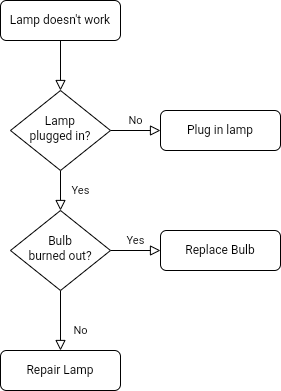
Before: user-flow.drawio.png, a diagram exported from draw.io (nanxfu/Practice). Source tidied: cells renumbered, new cells last; positions are measured from the earlier drawing's top-left corner, leaving out a move shared by most shapes. Its diagram source:
```xml
<mxGraphModel>
  <root>
    <mxCell id="0" />
    <mxCell id="1" parent="0" />
    <mxCell id="2" style="rounded=0;html=1;jettySize=auto;fontSize=11;endArrow=block;endFill=0;endSize=8;strokeWidth=1;shadow=0;labelBackgroundColor=none;edgeStyle=orthogonalEdgeStyle;" parent="1" edge="1" source="3" target="6">
      <mxGeometry relative="1" as="geometry" />
    </mxCell>
    <mxCell id="3" value="Lamp doesn't work" style="rounded=1;whiteSpace=wrap;html=1;fontSize=12;glass=0;strokeWidth=1;shadow=0;" parent="1" vertex="1">
      <mxGeometry width="120" height="40" as="geometry" />
    </mxCell>
    <mxCell id="4" value="Yes" style="rounded=0;html=1;jettySize=auto;fontSize=11;endArrow=block;endFill=0;endSize=8;strokeWidth=1;shadow=0;labelBackgroundColor=none;edgeStyle=orthogonalEdgeStyle;" parent="1" edge="1" source="6" target="10">
      <mxGeometry y="20" relative="1" as="geometry" />
    </mxCell>
    <mxCell id="5" value="No" style="edgeStyle=orthogonalEdgeStyle;rounded=0;html=1;jettySize=auto;fontSize=11;endArrow=block;endFill=0;endSize=8;strokeWidth=1;shadow=0;labelBackgroundColor=none;" parent="1" edge="1" source="6" target="7">
      <mxGeometry y="10" relative="1" as="geometry" />
    </mxCell>
    <mxCell id="6" value="Lamp&lt;br&gt;plugged in?" style="rhombus;whiteSpace=wrap;html=1;shadow=0;fontFamily=Helvetica;fontSize=12;align=center;strokeWidth=1;spacing=6;spacingTop=-4;" parent="1" vertex="1">
      <mxGeometry x="10" y="90" width="100" height="80" as="geometry" />
    </mxCell>
    <mxCell id="7" value="Plug in lamp" style="rounded=1;whiteSpace=wrap;html=1;fontSize=12;glass=0;strokeWidth=1;shadow=0;" parent="1" vertex="1">
      <mxGeometry x="160" y="110" width="120" height="40" as="geometry" />
    </mxCell>
    <mxCell id="8" value="No" style="rounded=0;html=1;jettySize=auto;fontSize=11;endArrow=block;endFill=0;endSize=8;strokeWidth=1;shadow=0;labelBackgroundColor=none;edgeStyle=orthogonalEdgeStyle;" parent="1" edge="1" source="10" target="11">
      <mxGeometry x="0.33" y="20" relative="1" as="geometry" />
    </mxCell>
    <mxCell id="9" value="Yes" style="edgeStyle=orthogonalEdgeStyle;rounded=0;html=1;jettySize=auto;fontSize=11;endArrow=block;endFill=0;endSize=8;strokeWidth=1;shadow=0;labelBackgroundColor=none;" parent="1" edge="1" source="10" target="12">
      <mxGeometry y="10" relative="1" as="geometry" />
    </mxCell>
    <mxCell id="10" value="Bulb&lt;br&gt;burned out?" style="rhombus;whiteSpace=wrap;html=1;shadow=0;fontFamily=Helvetica;fontSize=12;align=center;strokeWidth=1;spacing=6;spacingTop=-4;" parent="1" vertex="1">
      <mxGeometry x="10" y="210" width="100" height="80" as="geometry" />
    </mxCell>
    <mxCell id="11" value="Repair Lamp" style="rounded=1;whiteSpace=wrap;html=1;fontSize=12;glass=0;strokeWidth=1;shadow=0;" parent="1" vertex="1">
      <mxGeometry y="350" width="120" height="40" as="geometry" />
    </mxCell>
    <mxCell id="12" value="Replace Bulb" style="rounded=1;whiteSpace=wrap;html=1;fontSize=12;glass=0;strokeWidth=1;shadow=0;" parent="1" vertex="1">
      <mxGeometry x="160" y="230" width="120" height="40" as="geometry" />
    </mxCell>
  </root>
</mxGraphModel>
```
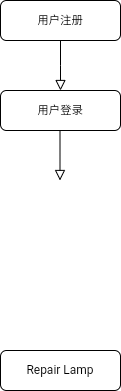
The same diagram one commit later.

Change to the diagram source:
```diff
@@ -2,38 +2,25 @@
   <root>
     <mxCell id="0" />
     <mxCell id="1" parent="0" />
-    <mxCell id="2" style="rounded=0;html=1;jettySize=auto;fontSize=11;endArrow=block;endFill=0;endSize=8;strokeWidth=1;shadow=0;labelBackgroundColor=none;edgeStyle=orthogonalEdgeStyle;" parent="1" edge="1" source="3" target="6">
-      <mxGeometry relative="1" as="geometry" />
+    <mxCell id="2" style="rounded=0;html=1;jettySize=auto;fontSize=11;endArrow=block;endFill=0;endSize=8;strokeWidth=1;shadow=0;labelBackgroundColor=none;edgeStyle=orthogonalEdgeStyle;" parent="1" edge="1" source="3">
+      <mxGeometry relative="1" as="geometry">
+        <mxPoint x="60" y="90" as="targetPoint" />
+      </mxGeometry>
     </mxCell>
-    <mxCell id="3" value="Lamp doesn't work" style="rounded=1;whiteSpace=wrap;html=1;fontSize=12;glass=0;strokeWidth=1;shadow=0;" parent="1" vertex="1">
+    <mxCell id="3" value="用户注册" style="rounded=1;whiteSpace=wrap;html=1;fontSize=12;glass=0;strokeWidth=1;shadow=0;" parent="1" vertex="1">
       <mxGeometry width="120" height="40" as="geometry" />
     </mxCell>
-    <mxCell id="4" value="Yes" style="rounded=0;html=1;jettySize=auto;fontSize=11;endArrow=block;endFill=0;endSize=8;strokeWidth=1;shadow=0;labelBackgroundColor=none;edgeStyle=orthogonalEdgeStyle;" parent="1" edge="1" source="6" target="10">
-      <mxGeometry y="20" relative="1" as="geometry" />
-    </mxCell>
-    <mxCell id="5" value="No" style="edgeStyle=orthogonalEdgeStyle;rounded=0;html=1;jettySize=auto;fontSize=11;endArrow=block;endFill=0;endSize=8;strokeWidth=1;shadow=0;labelBackgroundColor=none;" parent="1" edge="1" source="6" target="7">
-      <mxGeometry y="10" relative="1" as="geometry" />
-    </mxCell>
-    <mxCell id="6" value="Lamp&lt;br&gt;plugged in?" style="rhombus;whiteSpace=wrap;html=1;shadow=0;fontFamily=Helvetica;fontSize=12;align=center;strokeWidth=1;spacing=6;spacingTop=-4;" parent="1" vertex="1">
-      <mxGeometry x="10" y="90" width="100" height="80" as="geometry" />
-    </mxCell>
-    <mxCell id="7" value="Plug in lamp" style="rounded=1;whiteSpace=wrap;html=1;fontSize=12;glass=0;strokeWidth=1;shadow=0;" parent="1" vertex="1">
-      <mxGeometry x="160" y="110" width="120" height="40" as="geometry" />
-    </mxCell>
-    <mxCell id="8" value="No" style="rounded=0;html=1;jettySize=auto;fontSize=11;endArrow=block;endFill=0;endSize=8;strokeWidth=1;shadow=0;labelBackgroundColor=none;edgeStyle=orthogonalEdgeStyle;" parent="1" edge="1" source="10" target="11">
-      <mxGeometry x="0.33" y="20" relative="1" as="geometry" />
-    </mxCell>
-    <mxCell id="9" value="Yes" style="edgeStyle=orthogonalEdgeStyle;rounded=0;html=1;jettySize=auto;fontSize=11;endArrow=block;endFill=0;endSize=8;strokeWidth=1;shadow=0;labelBackgroundColor=none;" parent="1" edge="1" source="10" target="12">
-      <mxGeometry y="10" relative="1" as="geometry" />
-    </mxCell>
-    <mxCell id="10" value="Bulb&lt;br&gt;burned out?" style="rhombus;whiteSpace=wrap;html=1;shadow=0;fontFamily=Helvetica;fontSize=12;align=center;strokeWidth=1;spacing=6;spacingTop=-4;" parent="1" vertex="1">
-      <mxGeometry x="10" y="210" width="100" height="80" as="geometry" />
-    </mxCell>
     <mxCell id="11" value="Repair Lamp" style="rounded=1;whiteSpace=wrap;html=1;fontSize=12;glass=0;strokeWidth=1;shadow=0;" parent="1" vertex="1">
       <mxGeometry y="350" width="120" height="40" as="geometry" />
     </mxCell>
-    <mxCell id="12" value="Replace Bulb" style="rounded=1;whiteSpace=wrap;html=1;fontSize=12;glass=0;strokeWidth=1;shadow=0;" parent="1" vertex="1">
-      <mxGeometry x="160" y="230" width="120" height="40" as="geometry" />
-    </mxCell>
+    <mxCell id="13" value="用户登录" style="rounded=1;whiteSpace=wrap;html=1;fontSize=12;glass=0;strokeWidth=1;shadow=0;" parent="1" vertex="1">
+      <mxGeometry y="90" width="120" height="40" as="geometry" />
+    </mxCell>
+    <mxCell id="14" style="rounded=0;html=1;jettySize=auto;orthogonalLoop=1;fontSize=11;endArrow=block;endFill=0;endSize=8;strokeWidth=1;shadow=0;labelBackgroundColor=none;edgeStyle=orthogonalEdgeStyle;" parent="1" edge="1">
+      <mxGeometry relative="1" as="geometry">
+        <mxPoint x="59.5" y="130" as="sourcePoint" />
+        <mxPoint x="59.5" y="180" as="targetPoint" />
+      </mxGeometry>
+    </mxCell>
   </root>
 </mxGraphModel>
```
